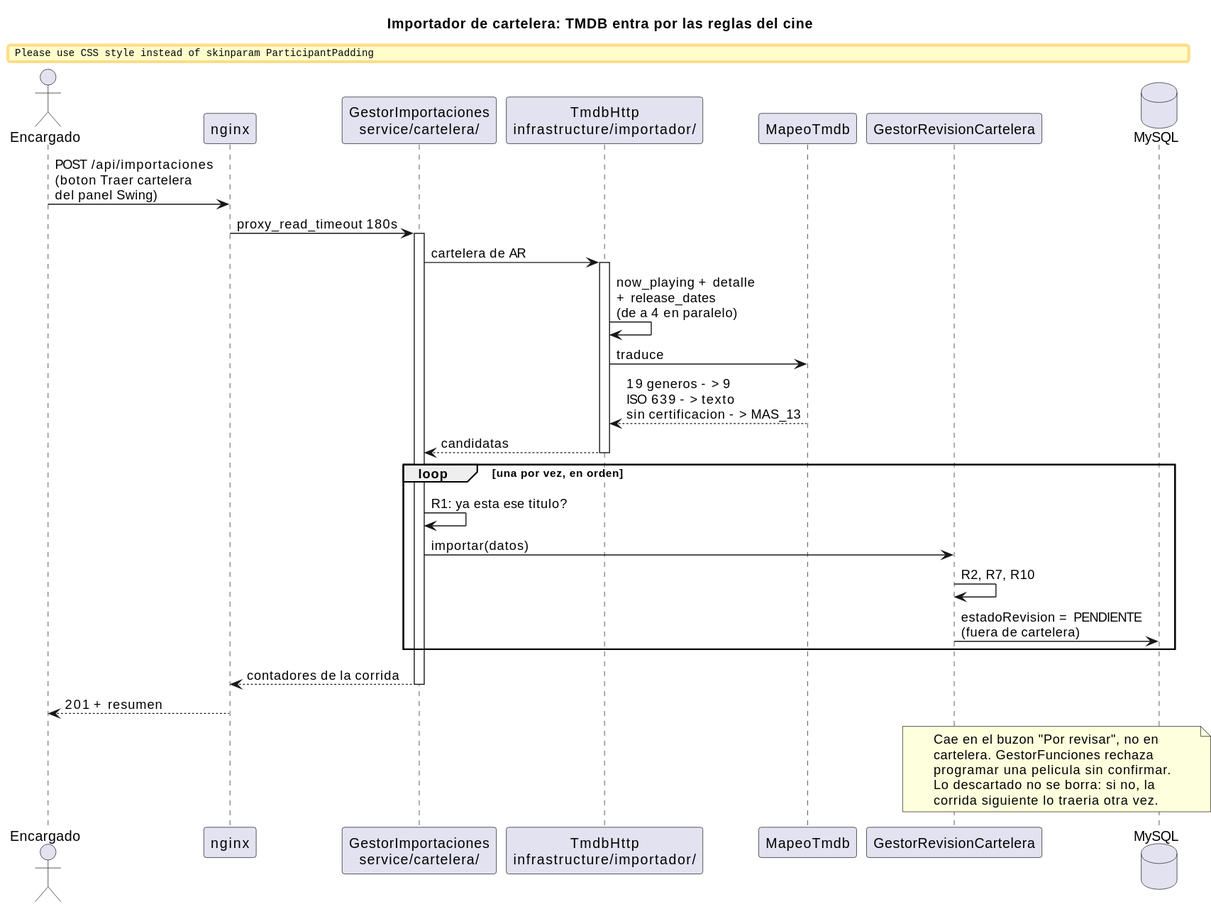
Before: _other/docs/diagramas/importador-flujo.svg, a diagram exported from PlantUML (andreiveisuade/cine-uade).
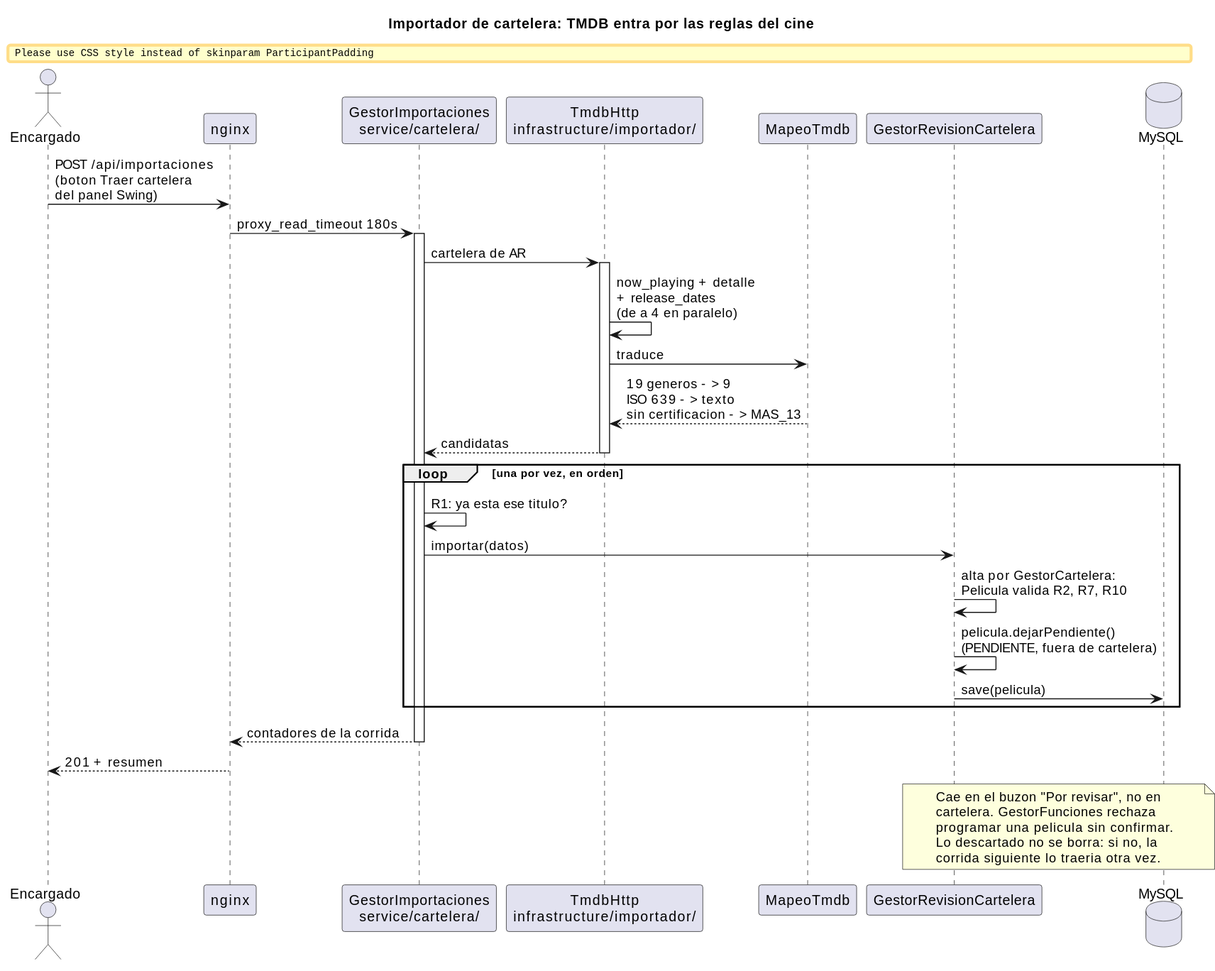
The same file after the commit.

Diff of the diagram source:
```diff
@@ -28,8 +28,9 @@
 loop una por vez, en orden
   GI -> GI : R1: ya esta ese titulo?
   GI -> GR : importar(datos)
-  GR -> GR : R2, R7, R10
-  GR -> DB : estadoRevision = PENDIENTE\n(fuera de cartelera)
+  GR -> GR : alta por GestorCartelera:\nPelicula valida R2, R7, R10
+  GR -> GR : pelicula.dejarPendiente()\n(PENDIENTE, fuera de cartelera)
+  GR -> DB : save(pelicula)
 end
 
 GI --> NG : contadores de la corrida
```
